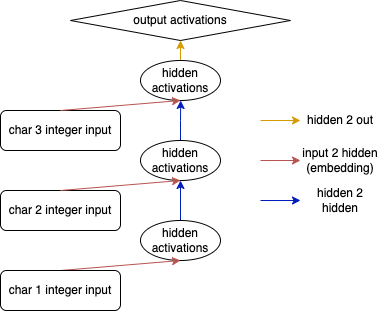
Above: posts/15_rnn/rnn.drawio.png in lucasvw/lucasvw.github.io (draw.io), before the change. Source tidied: cells renumbered, new cells last; positions are measured from the earlier drawing's top-left corner, leaving out a move shared by most shapes.
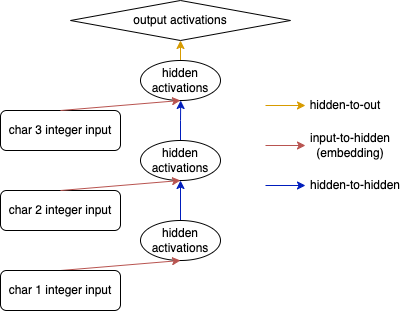
The same file after the commit.

Diff of the diagram source:
```diff
@@ -37,38 +37,38 @@
     <mxCell id="12" value="output activations" style="rhombus;whiteSpace=wrap;html=1;" parent="1" vertex="1">
       <mxGeometry x="70" width="220" height="40" as="geometry" />
     </mxCell>
-    <mxCell id="13" style="endArrow=classic;html=1;rounded=0;fillColor=#ffe6cc;strokeColor=#d79b00;" parent="1" edge="1">
-      <mxGeometry relative="1" as="geometry">
-        <mxPoint x="260" y="120" as="sourcePoint" />
-        <mxPoint x="300" y="120" as="targetPoint" />
-      </mxGeometry>
+    <mxCell id="13" style="rounded=0;jettySize=auto;html=1;exitX=0.5;exitY=0;exitDx=0;exitDy=0;entryX=0.5;entryY=1;entryDx=0;entryDy=0;fillColor=#f8cecc;strokeColor=#b85450;" parent="1" edge="1" source="6" target="9">
+      <mxGeometry relative="1" as="geometry" />
     </mxCell>
-    <mxCell id="14" value="hidden 2 out" style="text;html=1;strokeColor=none;fillColor=none;align=center;verticalAlign=middle;whiteSpace=wrap;rounded=0;" parent="1" vertex="1">
-      <mxGeometry x="300" y="105" width="80" height="30" as="geometry" />
+    <mxCell id="14" style="rounded=0;jettySize=auto;html=1;exitX=0.5;exitY=0;exitDx=0;exitDy=0;entryX=0.5;entryY=1;entryDx=0;entryDy=0;fillColor=#f8cecc;strokeColor=#b85450;" parent="1" edge="1" source="7" target="11">
+      <mxGeometry relative="1" as="geometry" />
     </mxCell>
-    <mxCell id="15" value="input 2 hidden (embedding)" style="text;html=1;strokeColor=none;fillColor=none;align=center;verticalAlign=middle;whiteSpace=wrap;rounded=0;" parent="1" vertex="1">
-      <mxGeometry x="300" y="145" width="80" height="30" as="geometry" />
+    <mxCell id="15" style="endArrow=classic;html=1;rounded=0;fillColor=#ffe6cc;strokeColor=#d79b00;" parent="1" edge="1">
+      <mxGeometry relative="1" as="geometry">
+        <mxPoint x="265" y="105" as="sourcePoint" />
+        <mxPoint x="305" y="105" as="targetPoint" />
+      </mxGeometry>
     </mxCell>
-    <mxCell id="16" style="endArrow=classic;html=1;rounded=0;fillColor=#f8cecc;strokeColor=#b85450;" parent="1" edge="1">
-      <mxGeometry relative="1" as="geometry">
-        <mxPoint x="260" y="160" as="sourcePoint" />
-        <mxPoint x="300" y="160" as="targetPoint" />
-      </mxGeometry>
+    <mxCell id="16" value="hidden-to-out" style="text;html=1;strokeColor=none;fillColor=none;align=center;verticalAlign=middle;whiteSpace=wrap;rounded=0;" parent="1" vertex="1">
+      <mxGeometry x="305" y="90" width="80" height="30" as="geometry" />
     </mxCell>
-    <mxCell id="17" value="hidden 2 hidden" style="text;html=1;strokeColor=none;fillColor=none;align=center;verticalAlign=middle;whiteSpace=wrap;rounded=0;" parent="1" vertex="1">
-      <mxGeometry x="300" y="185" width="80" height="30" as="geometry" />
+    <mxCell id="17" value="input-to-hidden (embedding)" style="text;html=1;strokeColor=none;fillColor=none;align=center;verticalAlign=middle;whiteSpace=wrap;rounded=0;" parent="1" vertex="1">
+      <mxGeometry x="305" y="130" width="90" height="30" as="geometry" />
     </mxCell>
-    <mxCell id="18" style="endArrow=classic;html=1;rounded=0;fillColor=#0050ef;strokeColor=#001DBC;" parent="1" edge="1">
+    <mxCell id="18" style="endArrow=classic;html=1;rounded=0;fillColor=#f8cecc;strokeColor=#b85450;" parent="1" edge="1">
       <mxGeometry relative="1" as="geometry">
-        <mxPoint x="260" y="200" as="sourcePoint" />
-        <mxPoint x="300" y="200" as="targetPoint" />
+        <mxPoint x="265" y="145" as="sourcePoint" />
+        <mxPoint x="305" y="145" as="targetPoint" />
       </mxGeometry>
     </mxCell>
-    <mxCell id="19" style="rounded=0;jettySize=auto;html=1;exitX=0.5;exitY=0;exitDx=0;exitDy=0;entryX=0.5;entryY=1;entryDx=0;entryDy=0;fillColor=#f8cecc;strokeColor=#b85450;" parent="1" edge="1" source="6" target="9">
-      <mxGeometry relative="1" as="geometry" />
+    <mxCell id="19" style="endArrow=classic;html=1;rounded=0;fillColor=#0050ef;strokeColor=#001DBC;" parent="1" edge="1">
+      <mxGeometry relative="1" as="geometry">
+        <mxPoint x="265" y="185" as="sourcePoint" />
+        <mxPoint x="305" y="185" as="targetPoint" />
+      </mxGeometry>
     </mxCell>
-    <mxCell id="20" style="rounded=0;jettySize=auto;html=1;exitX=0.5;exitY=0;exitDx=0;exitDy=0;entryX=0.5;entryY=1;entryDx=0;entryDy=0;fillColor=#f8cecc;strokeColor=#b85450;" parent="1" edge="1" source="7" target="11">
-      <mxGeometry relative="1" as="geometry" />
+    <mxCell id="20" value="hidden-to-hidden" style="text;html=1;strokeColor=none;fillColor=none;align=center;verticalAlign=middle;whiteSpace=wrap;rounded=0;" parent="1" vertex="1">
+      <mxGeometry x="305" y="170" width="100" height="30" as="geometry" />
     </mxCell>
   </root>
 </mxGraphModel>
```
